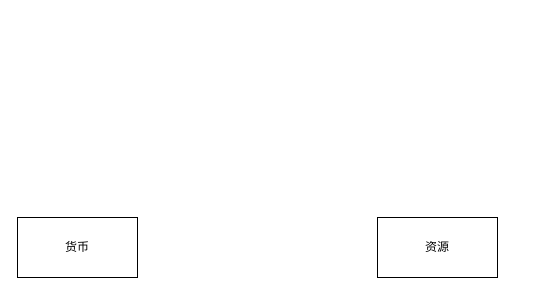
Taaaang/game_design keeps this draw.io diagram as 经济.drawio. Above is the earlier version. Source tidied: cells renumbered, new cells numbered last; positions are measured from the earlier drawing's top-left corner, leaving out a move shared by most shapes. Both pictures are drawn from the tidied source at 100%, with x=0, y=0 at pixel (17, 217).
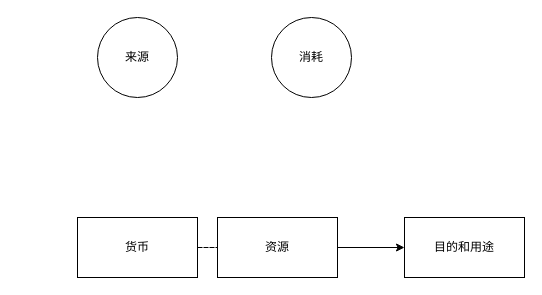
The same diagram, later.

What changed in the source:
```diff
@@
 <mxGraphModel>
   <root>
     <mxCell id="0" />
     <mxCell id="1" parent="0" />
+    <mxCell id="4" style="edgeStyle=orthogonalEdgeStyle;rounded=0;jettySize=auto;html=1;entryX=0;entryY=0.5;entryDx=0;entryDy=0;dashed=1;endArrow=none;endFill=0;" parent="1" edge="1" source="2" target="3">
+      <mxGeometry relative="1" as="geometry" />
+    </mxCell>
     <mxCell id="2" value="货币" style="rounded=0;whiteSpace=wrap;html=1;" parent="1" vertex="1">
-      <mxGeometry width="120" height="60" as="geometry" />
+      <mxGeometry x="60" width="120" height="60" as="geometry" />
     </mxCell>
+    <mxCell id="5" style="edgeStyle=orthogonalEdgeStyle;rounded=0;jettySize=auto;html=1;exitX=1;exitY=0.5;exitDx=0;exitDy=0;entryX=0;entryY=0.5;entryDx=0;entryDy=0;" parent="1" edge="1" source="3" target="6">
+      <mxGeometry relative="1" as="geometry" />
+    </mxCell>
     <mxCell id="3" value="资源" style="rounded=0;whiteSpace=wrap;html=1;" parent="1" vertex="1">
-      <mxGeometry x="360" width="120" height="60" as="geometry" />
+      <mxGeometry x="200" width="120" height="60" as="geometry" />
     </mxCell>
+    <mxCell id="6" value="目的和用途" style="rounded=0;whiteSpace=wrap;html=1;" parent="1" vertex="1">
+      <mxGeometry x="387" width="120" height="60" as="geometry" />
+    </mxCell>
+    <mxCell id="7" value="来源" style="ellipse;whiteSpace=wrap;html=1;" parent="1" vertex="1">
+      <mxGeometry x="80" y="-200" width="80" height="80" as="geometry" />
+    </mxCell>
+    <mxCell id="8" value="消耗" style="ellipse;whiteSpace=wrap;html=1;" parent="1" vertex="1">
+      <mxGeometry x="254" y="-200" width="80" height="80" as="geometry" />
+    </mxCell>
   </root>
 </mxGraphModel>
```
